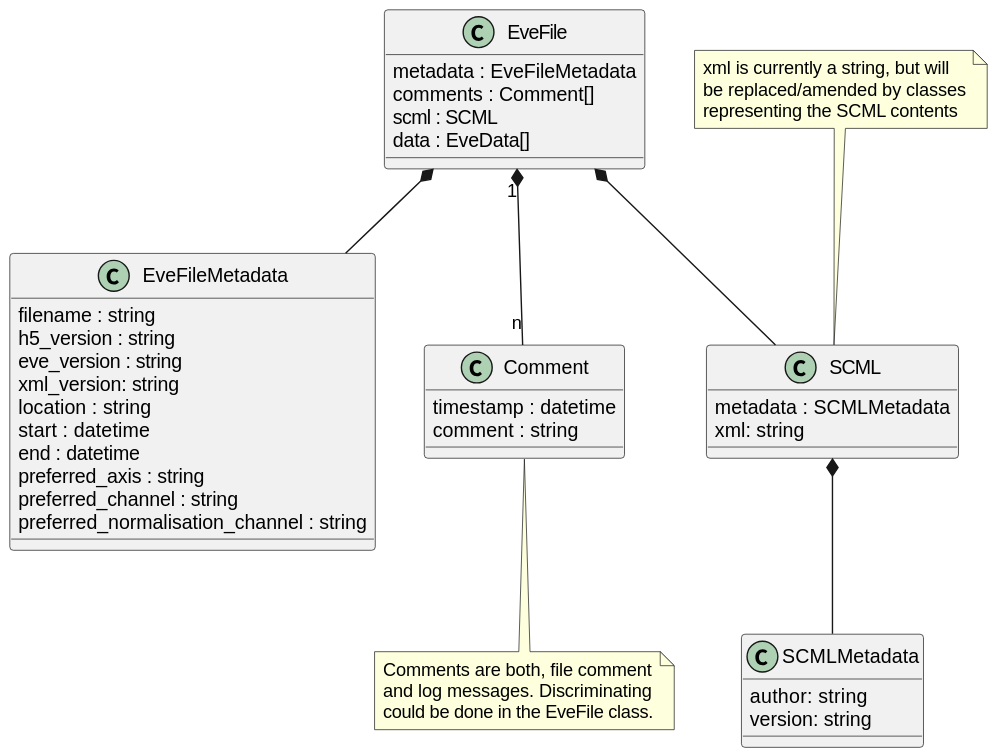
Before: docs/uml/evedata.evefile.file.svg, a diagram exported from PlantUML (tillbiskup/evedata).
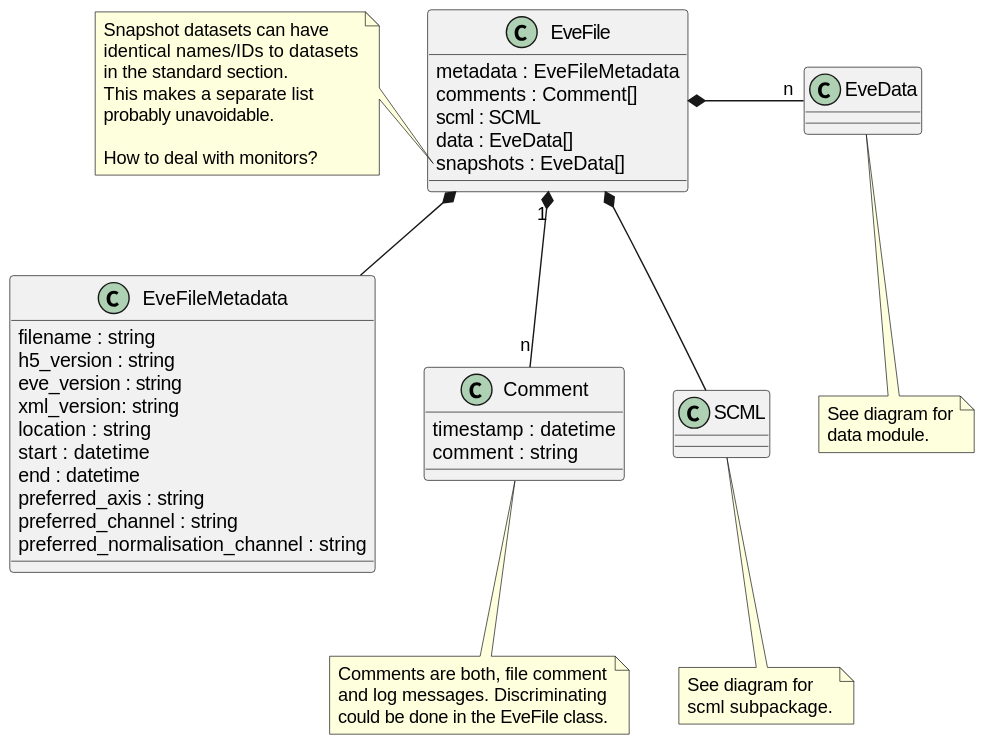
The same diagram one commit later.

Diff of the diagram source:
```diff
@@ -4,7 +4,20 @@
     comments : Comment[]
     scml : SCML
     data : EveData[]
+    snapshots : EveData[]
 }
+note left of EveFile::snapshots
+    Snapshot datasets can have
+    identical names/IDs to datasets
+    in the standard section.
+    This makes a separate list
+    probably unavoidable.
+
+    How to deal with monitors?
+end note
+
+EveFile *- "n" EveData
+note bottom: See diagram for\ndata module.
 
 class EveFileMetadata{
     filename : string
@@ -26,18 +39,10 @@
 note bottom: Comments are both, file comment\nand log messages. Discriminating\ncould be done in the EveFile class.
 
 class SCML {
-    metadata : SCMLMetadata
-    xml: string
 }
-note top: xml is currently a string, but will\nbe replaced/amended by classes\nrepresenting the SCML contents
-
-class SCMLMetadata {
-    author: string
-    version: string
-}
+note bottom: See diagram for\nscml subpackage.
 
 EveFile *-- EveFileMetadata
 EveFile "1" *-- "n" Comment
 EveFile *-- SCML
-SCML *-- SCMLMetadata
 @enduml
```
